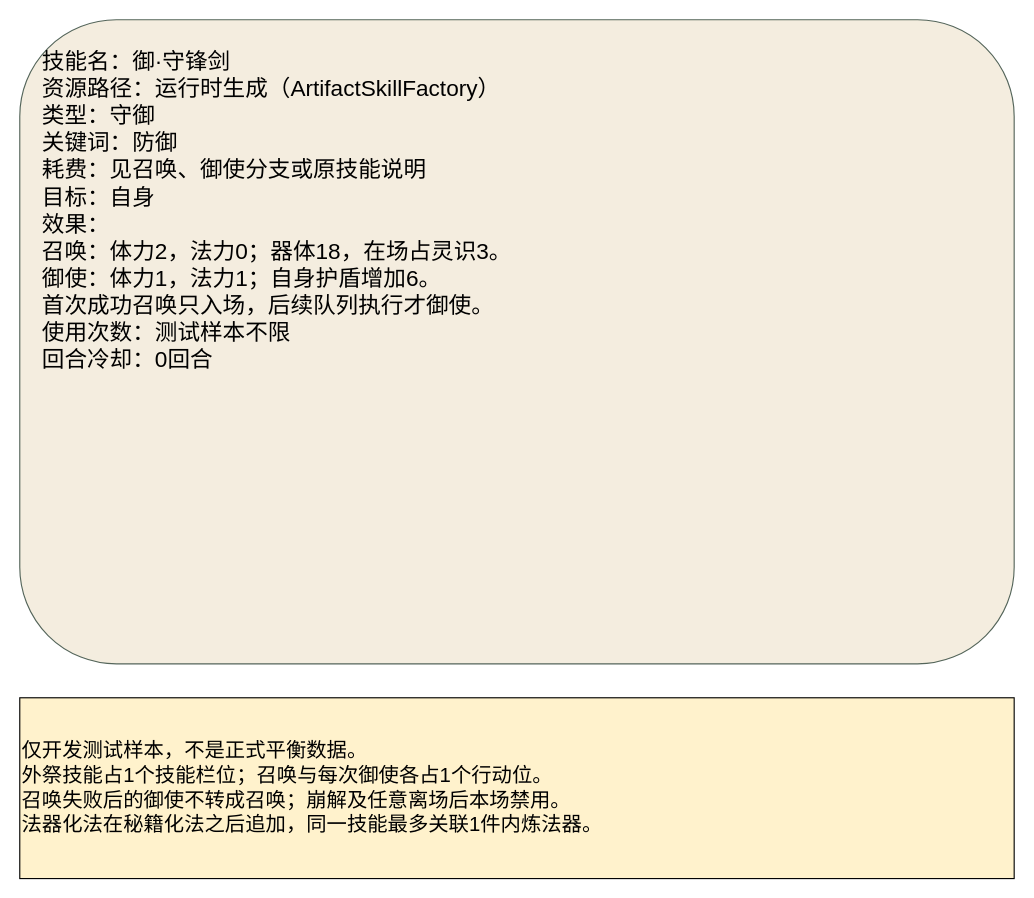
Before: docs/卡牌词典/法器测试/御守锋剑.drawio in ankundanetracyc-spec/tian-guan-you-du, a draw.io diagram. Source tidied: cells renumbered, new cells numbered last; positions are measured from the earlier drawing's top-left corner, leaving out a move shared by most shapes. Both pictures are drawn from the tidied source at 113%, with x=0, y=0 at pixel (19, 19).
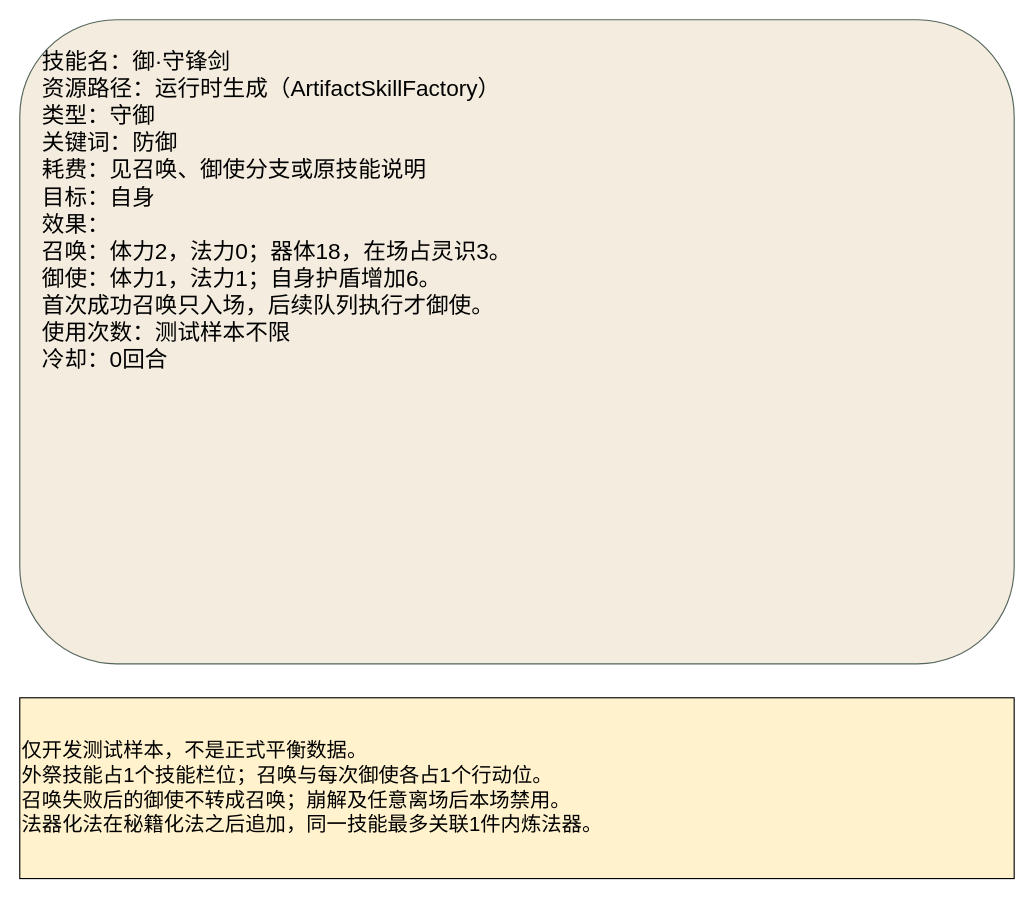
After the change.

Change to the diagram source:
```diff
@@
 <mxGraphModel>
   <root>
     <mxCell id="0" />
     <mxCell id="1" parent="0" />
-    <mxCell id="2" value="技能名：御·守锋剑&#10;资源路径：运行时生成（ArtifactSkillFactory）&#10;类型：守御&#10;关键词：防御&#10;耗费：见召唤、御使分支或原技能说明&#10;目标：自身&#10;效果：&#10;召唤：体力2，法力0；器体18，在场占灵识3。&#10;御使：体力1，法力1；自身护盾增加6。&#10;首次成功召唤只入场，后续队列执行才御使。&#10;使用次数：测试样本不限&#10;回合冷却：0回合" style="rounded=1;whiteSpace=wrap;html=0;align=left;verticalAlign=top;spacing=20;fontSize=20;fillColor=#f4eddf;strokeColor=#54655a;" parent="1" vertex="1">
+    <mxCell id="2" value="技能名：御·守锋剑&#10;资源路径：运行时生成（ArtifactSkillFactory）&#10;类型：守御&#10;关键词：防御&#10;耗费：见召唤、御使分支或原技能说明&#10;目标：自身&#10;效果：&#10;召唤：体力2，法力0；器体18，在场占灵识3。&#10;御使：体力1，法力1；自身护盾增加6。&#10;首次成功召唤只入场，后续队列执行才御使。&#10;使用次数：测试样本不限&#10;冷却：0回合" style="rounded=1;whiteSpace=wrap;html=0;align=left;verticalAlign=top;spacing=20;fontSize=20;fillColor=#f4eddf;strokeColor=#54655a;" parent="1" vertex="1">
       <mxGeometry width="880" height="570" as="geometry" />
     </mxCell>
     <mxCell id="3" value="仅开发测试样本，不是正式平衡数据。&#10;外祭技能占1个技能栏位；召唤与每次御使各占1个行动位。&#10;召唤失败后的御使不转成召唤；崩解及任意离场后本场禁用。&#10;法器化法在秘籍化法之后追加，同一技能最多关联1件内炼法器。" style="whiteSpace=wrap;html=0;align=left;fontSize=18;fillColor=#fff2cc;" parent="1" vertex="1">
       <mxGeometry y="600" width="880" height="160" as="geometry" />
     </mxCell>
   </root>
 </mxGraphModel>
```
